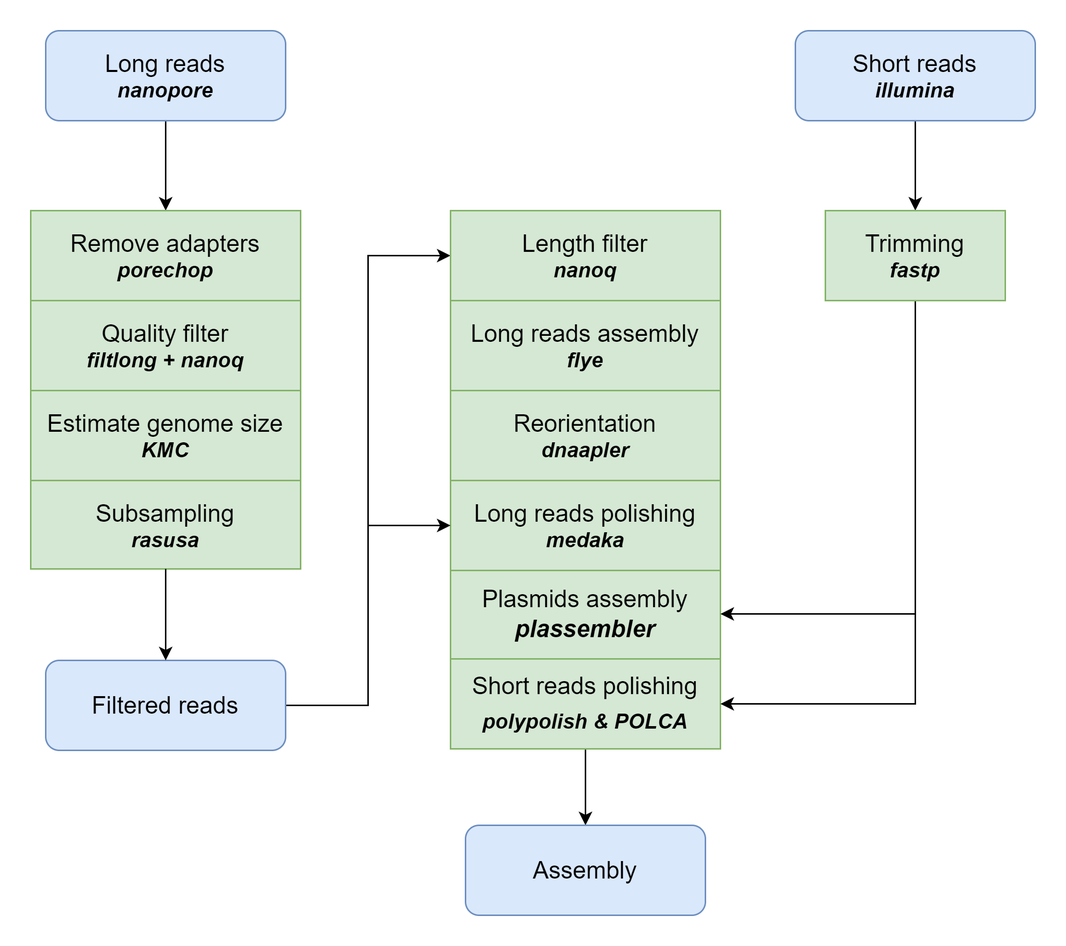
The draw.io diagram misc/pipeline.png in chen1i6c04/Ouroboros, before a commit. Source tidied: cells renumbered, new cells last; positions are measured from the earlier drawing's top-left corner, leaving out a move shared by most shapes.
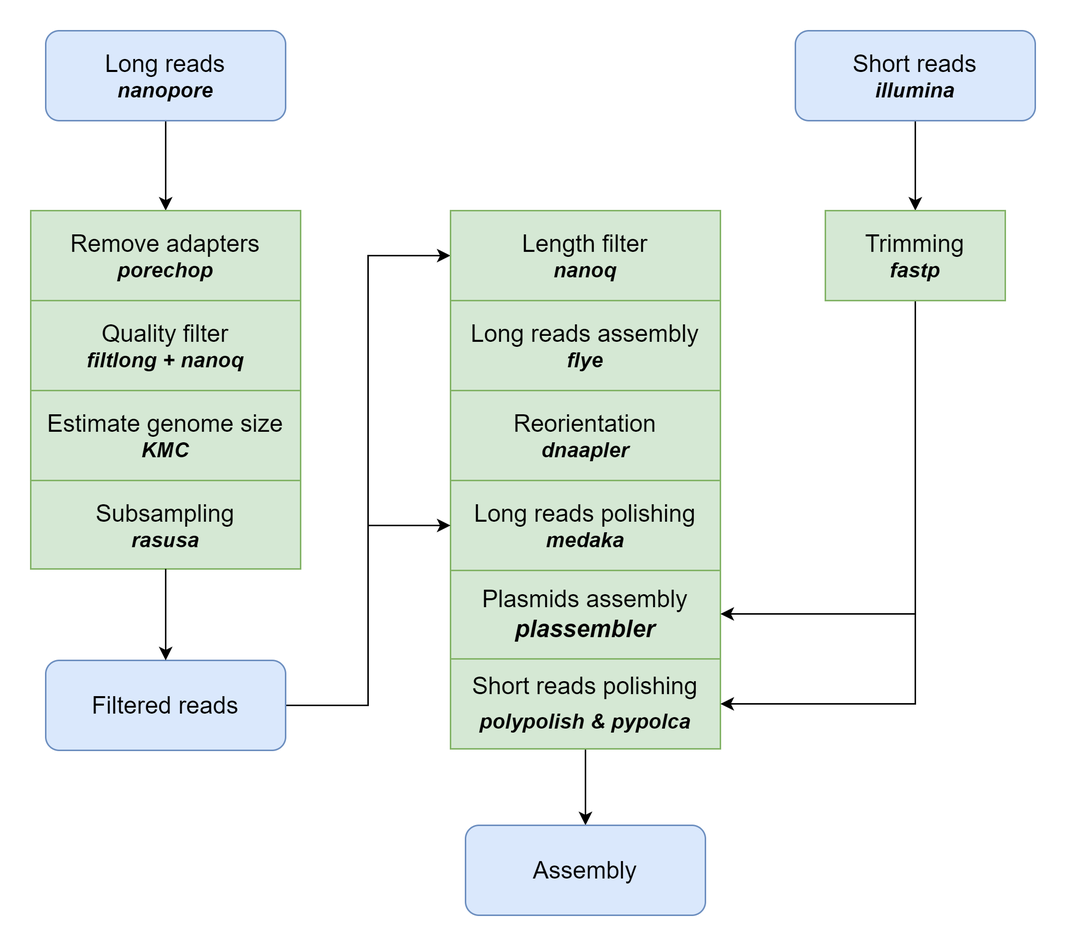
After the change.

The edit, as a diff of the source:
```diff
@@ -11,7 +11,7 @@
     <mxCell id="4" style="edgeStyle=orthogonalEdgeStyle;rounded=0;jettySize=auto;html=1;" parent="1" edge="1" source="5" target="8">
       <mxGeometry relative="1" as="geometry" />
     </mxCell>
-    <mxCell id="5" value="&lt;p style=&quot;margin-top: 0pt; margin-bottom: 0pt; margin-left: 0in; direction: ltr; unicode-bidi: embed; word-break: normal; font-size: 16px;&quot;&gt;&lt;font style=&quot;font-size: 16px;&quot;&gt;Short reads&amp;nbsp;&lt;/font&gt;&lt;span style=&quot;background-color: initial;&quot;&gt;polishing&lt;/span&gt;&lt;/p&gt;&lt;p style=&quot;margin-top: 0pt; margin-bottom: 0pt; margin-left: 0in; direction: ltr; unicode-bidi: embed; word-break: normal;&quot;&gt;&lt;b style=&quot;border-color: var(--border-color); text-align: left;&quot;&gt;&lt;i style=&quot;border-color: var(--border-color);&quot;&gt;&lt;font style=&quot;font-size: 14px;&quot;&gt;polypolish &amp;amp; POLCA&lt;/font&gt;&lt;/i&gt;&lt;/b&gt;&lt;span style=&quot;font-size: 16px; font-family: Calibri; background-color: initial;&quot;&gt;&lt;br&gt;&lt;/span&gt;&lt;/p&gt;" style="rounded=0;whiteSpace=wrap;html=1;fontSize=20;fillColor=#d5e8d4;strokeColor=#82b366;" parent="1" vertex="1">
+    <mxCell id="5" value="&lt;p style=&quot;margin-top: 0pt; margin-bottom: 0pt; margin-left: 0in; direction: ltr; unicode-bidi: embed; word-break: normal; font-size: 16px;&quot;&gt;&lt;font style=&quot;font-size: 16px;&quot;&gt;Short reads&amp;nbsp;&lt;/font&gt;&lt;span style=&quot;background-color: initial;&quot;&gt;polishing&lt;/span&gt;&lt;/p&gt;&lt;p style=&quot;margin-top: 0pt; margin-bottom: 0pt; margin-left: 0in; direction: ltr; unicode-bidi: embed; word-break: normal;&quot;&gt;&lt;b style=&quot;border-color: var(--border-color); text-align: left;&quot;&gt;&lt;i style=&quot;border-color: var(--border-color);&quot;&gt;&lt;font style=&quot;font-size: 14px;&quot;&gt;polypolish &amp;amp; pypolca&lt;/font&gt;&lt;/i&gt;&lt;/b&gt;&lt;span style=&quot;font-size: 16px; font-family: Calibri; background-color: initial;&quot;&gt;&lt;br&gt;&lt;/span&gt;&lt;/p&gt;" style="rounded=0;whiteSpace=wrap;html=1;fontSize=20;fillColor=#d5e8d4;strokeColor=#82b366;" parent="1" vertex="1">
       <mxGeometry x="280" y="419" width="180" height="60" as="geometry" />
     </mxCell>
     <mxCell id="6" value="&lt;font style=&quot;&quot;&gt;&lt;font style=&quot;&quot;&gt;&lt;font style=&quot;font-size: 16px;&quot;&gt;Reorientation&lt;/font&gt;&lt;br&gt;&lt;/font&gt;&lt;span style=&quot;font-size: 14px;&quot;&gt;&lt;b&gt;&lt;i&gt;dnaapler&lt;/i&gt;&lt;/b&gt;&lt;/span&gt;&lt;br&gt;&lt;/font&gt;" style="rounded=0;whiteSpace=wrap;html=1;fillColor=#d5e8d4;strokeColor=#82b366;" parent="1" vertex="1">
```
